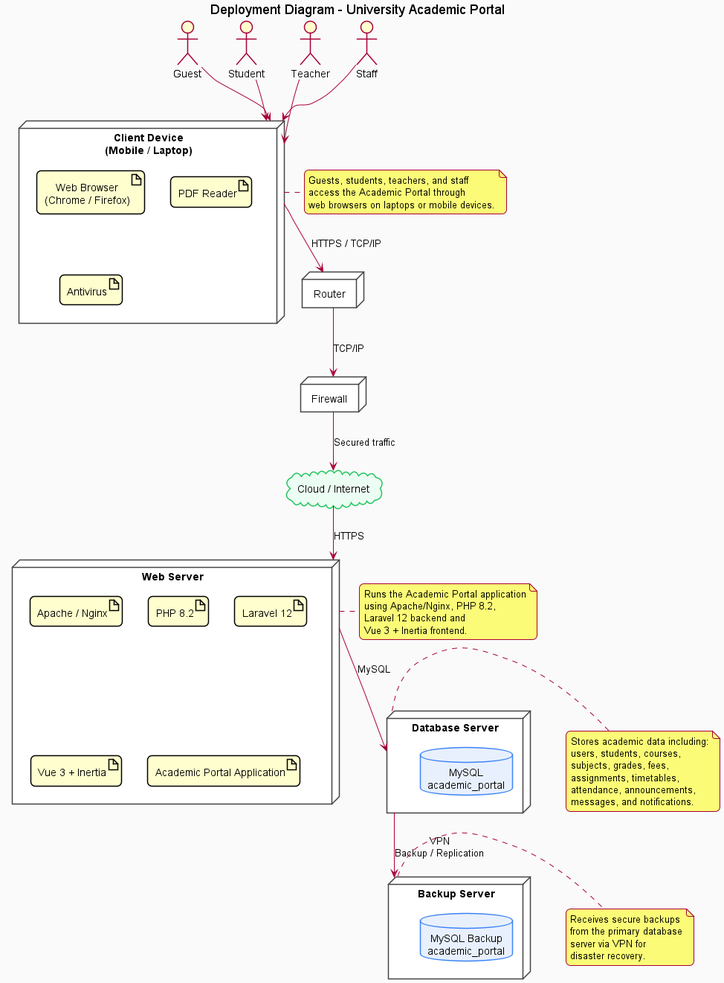
This is out/deployment/AcademicPortal_Deployment/AcademicPortal_Deployment.png from KyawMyoHtay1/academic-portal, a PlantUML export, as it was before one commit.
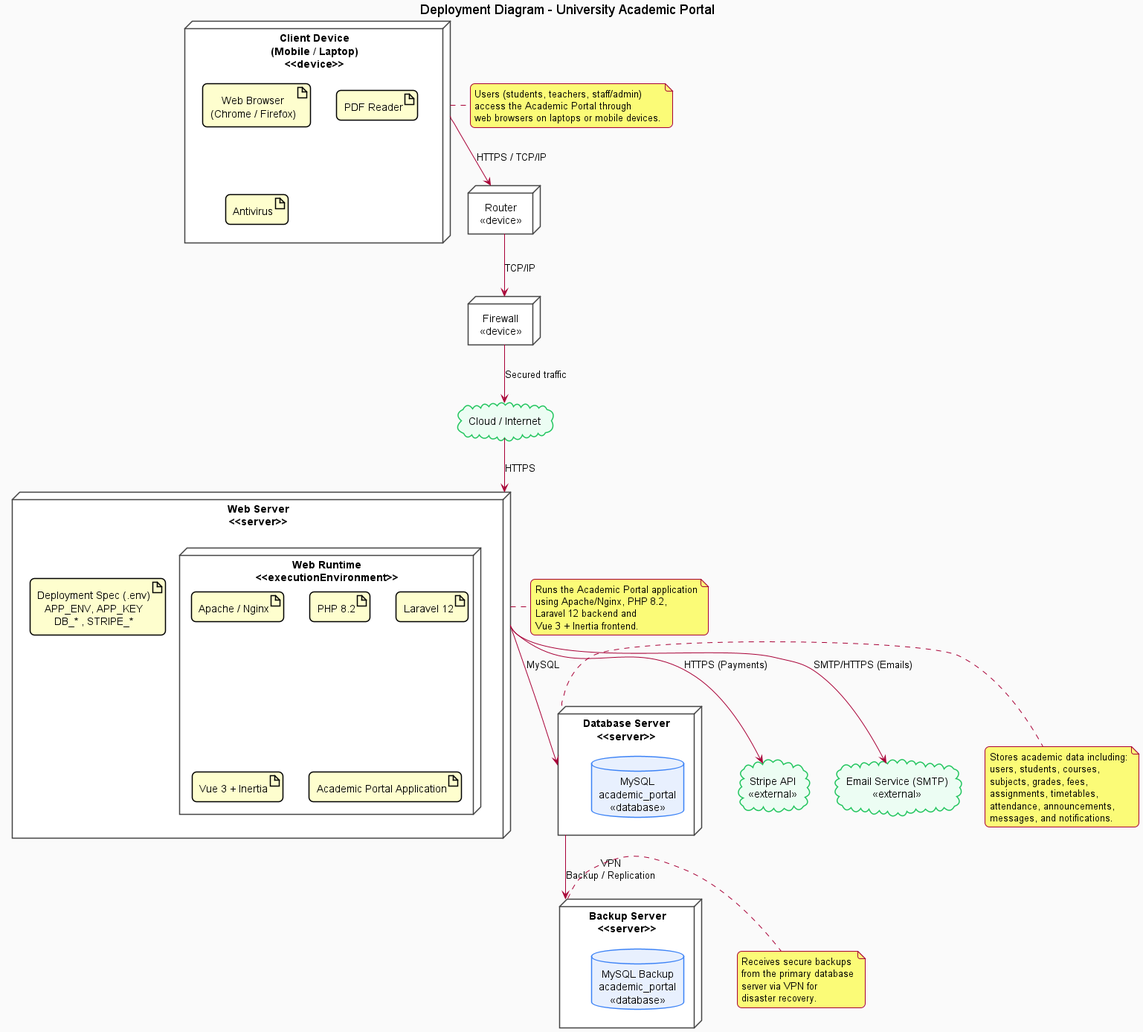
Later version of the same file.

Diff of the diagram source:
```diff
@@ -1,4 +1,4 @@
-@startuml
+@startuml AcademicPortal_Deployment
 title Deployment Diagram - University Academic Portal
 top to bottom direction
 
@@ -23,43 +23,40 @@
   BorderColor #22C55E
 }
 
-actor Guest
-actor Student
-actor Teacher
-actor Staff
-
-node "Client Device\n(Mobile / Laptop)" as Client {
+node "Client Device\n(Mobile / Laptop)\n<<device>>" as Client {
   artifact "Web Browser\n(Chrome / Firefox)"
   artifact "PDF Reader"
   artifact "Antivirus"
 }
 
-node "Router" as Router
-node "Firewall" as Firewall
+node "Router\n<<device>>" as Router
+node "Firewall\n<<device>>" as Firewall
 cloud "Cloud / Internet" as Internet
 
-node "Web Server" as WebServer {
-  artifact "Apache / Nginx"
-  artifact "PHP 8.2"
-  artifact "Laravel 12"
-  artifact "Vue 3 + Inertia"
-  artifact "Academic Portal Application"
+node "Web Server\n<<server>>" as WebServer {
+  node "Web Runtime\n<<executionEnvironment>>" as WebRuntime {
+    artifact "Apache / Nginx"
+    artifact "PHP 8.2"
+    artifact "Laravel 12"
+    artifact "Vue 3 + Inertia"
+    artifact "Academic Portal Application"
+  }
+
+  artifact "Deployment Spec (.env)\nAPP_ENV, APP_KEY\nDB_* , STRIPE_*"
 }
 
 together {
-  node "Database Server" as DBServer {
-    database "MySQL\nacademic_portal"
+  node "Database Server\n<<server>>" as DBServer {
+    database "MySQL\nacademic_portal\n<<database>>"
   }
 
-  node "Backup Server" as BackupServer {
-    database "MySQL Backup\nacademic_portal"
+  node "Backup Server\n<<server>>" as BackupServer {
+    database "MySQL Backup\nacademic_portal\n<<database>>"
   }
 }
 
-Guest --> Client
-Student --> Client
-Teacher --> Client
-Staff --> Client
+cloud "Stripe API\n<<external>>" as Stripe
+cloud "Email Service (SMTP)\n<<external>>" as Mail
 
 Client --> Router : HTTPS / TCP/IP
 Router --> Firewall : TCP/IP
@@ -68,9 +65,11 @@
 
 WebServer --> DBServer : MySQL
 DBServer --> BackupServer : VPN\nBackup / Replication
+WebServer --> Stripe : HTTPS (Payments)
+WebServer --> Mail : SMTP/HTTPS (Emails)
 
 note right of Client
-Guests, students, teachers, and staff
+Users (students, teachers, staff/admin)
 access the Academic Portal through
 web browsers on laptops or mobile devices.
 end note
```
